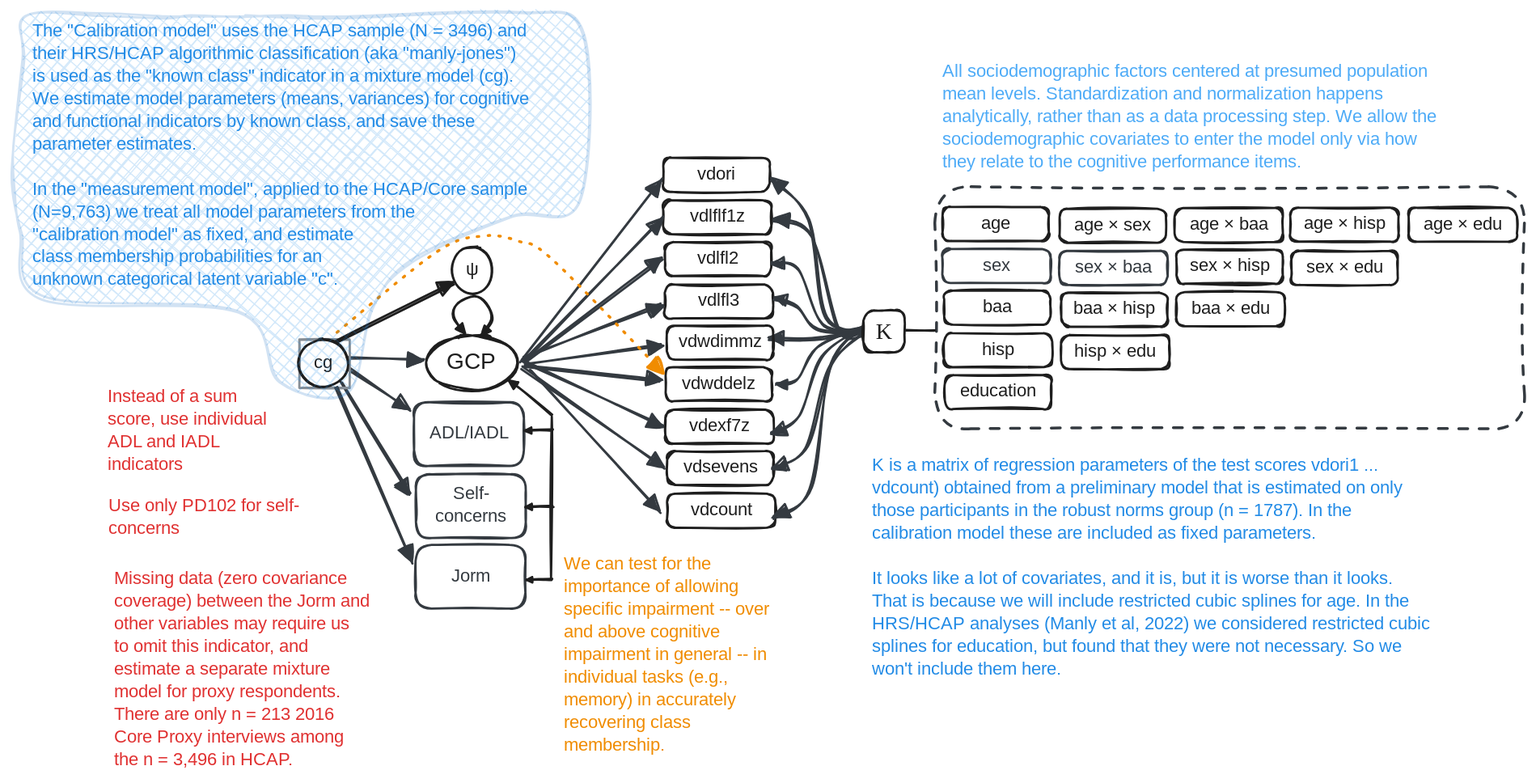
Before: R/excalidraw/PMM-011-Calibration_Model.excalidraw.svg, a diagram exported from Excalidraw (dougtommet/HRS_cog_classification). Source tidied: one line per element, renumbered; positions are measured from the earlier drawing's top-left corner, leaving out a move shared by most shapes.
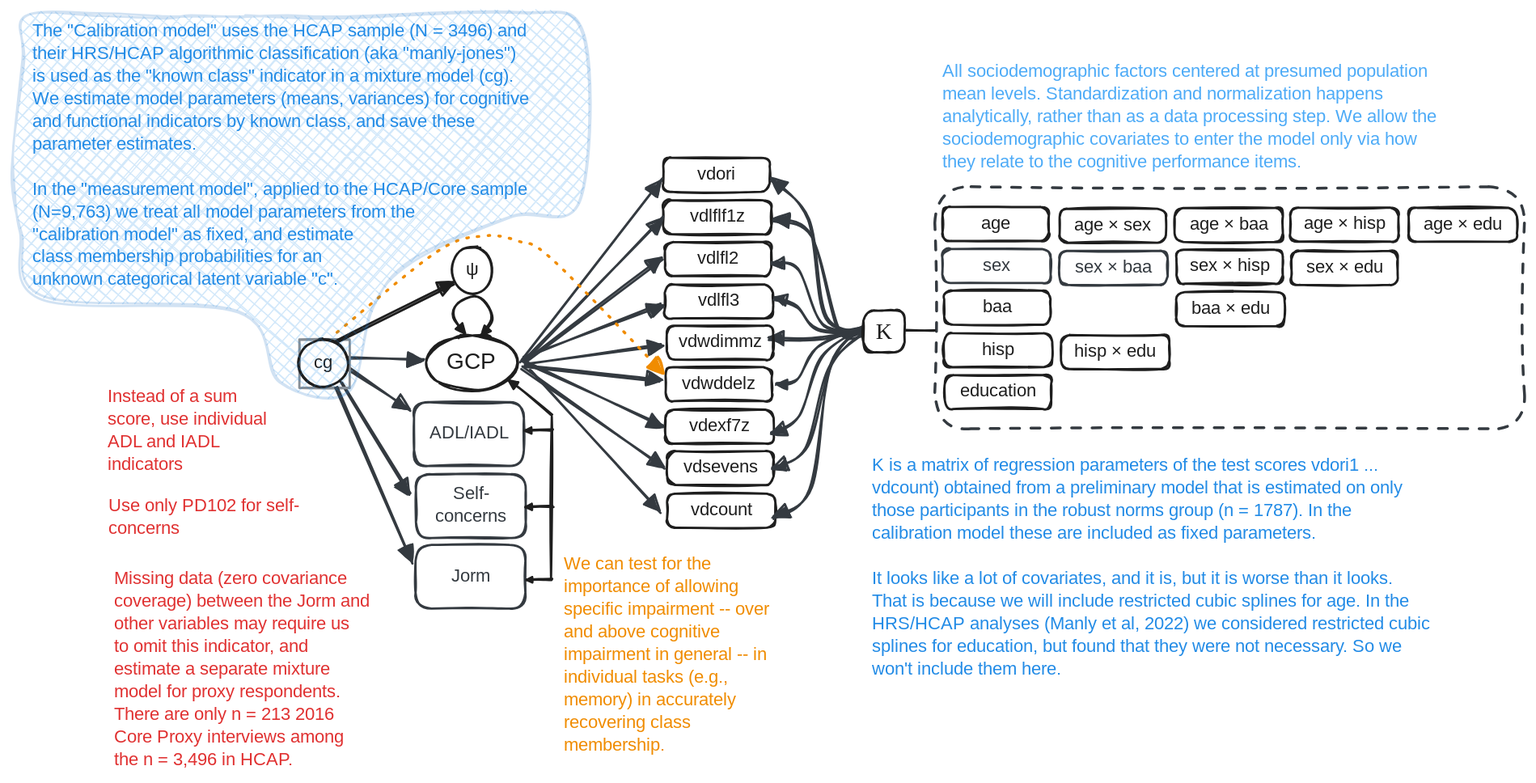
The same file after the commit.

Change to the diagram source:
```diff
@@ -28,8 +28,6 @@
 {"id": 27, "type": "text", "text": "vdcount", "strokeColor": "#1e1e1e", "strokeWidth": 2, "roughness": 1, "fontSize": 16, "fontFamily": 5, "textAlign": "center", "verticalAlign": "middle", "inside": 26, "x": 595, "y": 432, "width": 62, "height": 20}
 {"id": 28, "type": "rectangle", "strokeColor": "#1e1e1e", "strokeWidth": 2, "roughness": 1, "round": true, "x": 924, "y": 175, "width": 94, "height": 30}
 {"id": 29, "type": "text", "text": "age × sex", "strokeColor": "#1e1e1e", "strokeWidth": 2, "roughness": 1, "fontSize": 16, "fontFamily": 5, "textAlign": "center", "verticalAlign": "middle", "inside": 28, "x": 934, "y": 180, "width": 75, "height": 20}
-{"id": 30, "type": "rectangle", "strokeColor": "#1e1e1e", "strokeWidth": 2, "roughness": 1, "round": true, "x": 926, "y": 249, "width": 94, "height": 30}
-{"id": 31, "type": "text", "text": "baa × hisp", "strokeColor": "#1e1e1e", "strokeWidth": 2, "roughness": 1, "fontSize": 16, "fontFamily": 5, "textAlign": "center", "verticalAlign": "middle", "inside": 30, "x": 933, "y": 254, "width": 79, "height": 20}
 {"id": 32, "type": "rectangle", "strokeColor": "#1e1e1e", "strokeWidth": 2, "roughness": 1, "round": true, "x": 1028, "y": 211, "width": 94, "height": 30}
 {"id": 33, "type": "text", "text": "sex × hisp", "strokeColor": "#1e1e1e", "strokeWidth": 2, "roughness": 1, "fontSize": 16, "fontFamily": 5, "textAlign": "center", "verticalAlign": "middle", "inside": 32, "x": 1035, "y": 216, "width": 79, "height": 20}
 {"id": 34, "type": "rectangle", "strokeColor": "#343a40", "strokeWidth": 2, "roughness": 1, "round": true, "x": 924, "y": 212, "width": 96, "height": 30}
```
